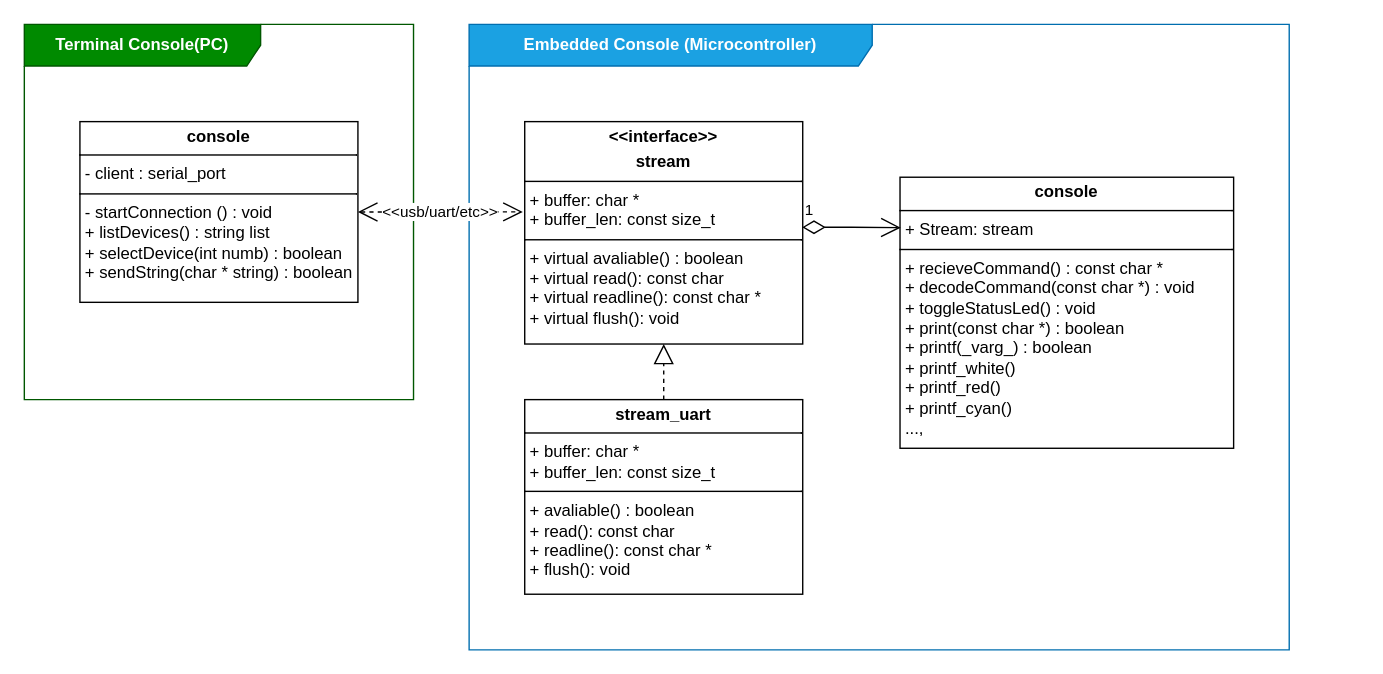
The draw.io diagram doc/pic/overview_uml.drawio in Flynsky/Embedded_Console, before the edit. Source tidied: cells renumbered, new cells numbered last; positions are measured from the earlier drawing's top-left corner, leaving out a move shared by most shapes. Both pictures are drawn from the tidied source at 139%, with x=0, y=0 at pixel (24, 24).
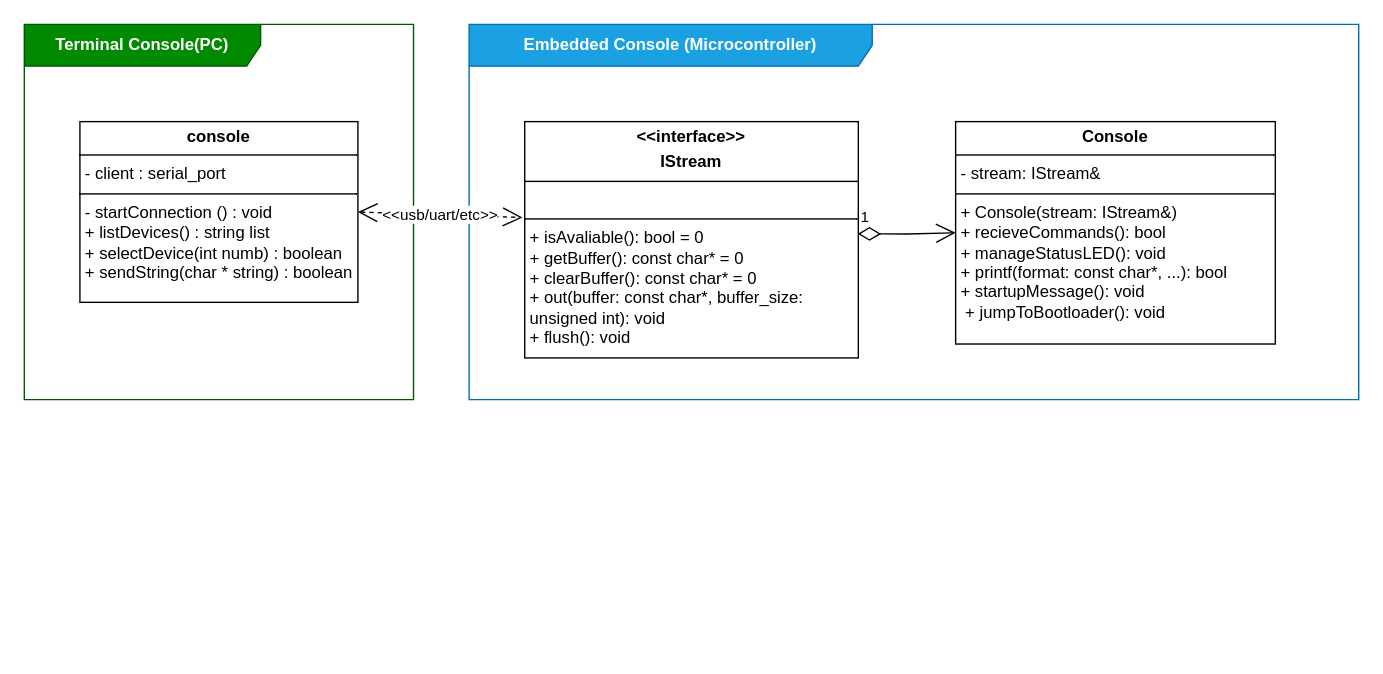
The same diagram, later.

What changed in the source:
```diff
@@
 <mxGraphModel>
   <root>
     <mxCell id="0" />
     <mxCell id="1" parent="0" />
     <mxCell id="2" value="&lt;span style=&quot;font-weight: 700;&quot;&gt;Embedded Console (Microcontroller)&lt;/span&gt;" style="shape=umlFrame;whiteSpace=wrap;html=1;width=290;height=30;fillColor=#1ba1e2;fontColor=#ffffff;strokeColor=#006EAF;" parent="1" vertex="1">
-      <mxGeometry x="320" width="590" height="450" as="geometry" />
+      <mxGeometry x="320" width="640" height="270" as="geometry" />
     </mxCell>
-    <mxCell id="3" value="&lt;p style=&quot;margin:0px;margin-top:4px;text-align:center;&quot;&gt;&lt;b&gt;console&lt;/b&gt;&lt;/p&gt;&lt;hr size=&quot;1&quot; style=&quot;border-style:solid;&quot;&gt;&lt;p style=&quot;margin:0px;margin-left:4px;&quot;&gt;+ Stream: stream&lt;br&gt;&lt;/p&gt;&lt;hr size=&quot;1&quot; style=&quot;border-style:solid;&quot;&gt;&lt;p style=&quot;margin:0px;margin-left:4px;&quot;&gt;&lt;span style=&quot;background-color: transparent; color: light-dark(rgb(0, 0, 0), rgb(255, 255, 255));&quot;&gt;+ recieveCommand() : const char *&lt;/span&gt;&lt;/p&gt;&lt;p style=&quot;margin:0px;margin-left:4px;&quot;&gt;+ decodeCommand(const char *) : void&lt;/p&gt;&lt;p style=&quot;margin:0px;margin-left:4px;&quot;&gt;+ toggleStatusLed() : void&lt;/p&gt;&lt;p style=&quot;margin: 0px 0px 0px 4px;&quot;&gt;+ print(const char *) : boolean&lt;/p&gt;&lt;p style=&quot;margin: 0px 0px 0px 4px;&quot;&gt;+ printf(_varg_) : boolean&lt;/p&gt;&lt;p style=&quot;margin: 0px 0px 0px 4px;&quot;&gt;+ printf_white()&lt;/p&gt;&lt;p style=&quot;margin: 0px 0px 0px 4px;&quot;&gt;+ printf_red()&lt;/p&gt;&lt;p style=&quot;margin: 0px 0px 0px 4px;&quot;&gt;+ printf_cyan(&lt;span style=&quot;background-color: transparent; color: light-dark(rgb(0, 0, 0), rgb(255, 255, 255));&quot;&gt;)&lt;/span&gt;&lt;/p&gt;&lt;p style=&quot;margin: 0px 0px 0px 4px;&quot;&gt;&lt;span style=&quot;background-color: transparent; color: light-dark(rgb(0, 0, 0), rgb(255, 255, 255));&quot;&gt;...,&lt;/span&gt;&lt;/p&gt;" style="verticalAlign=top;align=left;overflow=fill;html=1;whiteSpace=wrap;" parent="1" vertex="1">
-      <mxGeometry x="630" y="110" width="240" height="195" as="geometry" />
+    <mxCell id="3" value="&lt;p style=&quot;margin:0px;margin-top:4px;text-align:center;&quot;&gt;&lt;b&gt;Console&lt;/b&gt;&lt;/p&gt;&lt;hr size=&quot;1&quot; style=&quot;border-style:solid;&quot;&gt;&lt;p style=&quot;margin:0px;margin-left:4px;&quot;&gt;- stream: IStream&amp;amp;&lt;br&gt;&lt;/p&gt;&lt;hr size=&quot;1&quot; style=&quot;border-style:solid;&quot;&gt;&lt;p style=&quot;margin:0px;margin-left:4px;&quot;&gt;+ Console(stream: IStream&amp;amp;)&amp;nbsp;&lt;/p&gt;&lt;p style=&quot;margin:0px;margin-left:4px;&quot;&gt;+ recieveCommands(): bool&amp;nbsp;&amp;nbsp;&lt;/p&gt;&lt;p style=&quot;margin:0px;margin-left:4px;&quot;&gt;+ manageStatusLED(): void&amp;nbsp;&amp;nbsp;&lt;/p&gt;&lt;p style=&quot;margin:0px;margin-left:4px;&quot;&gt;+ printf(format: const char*, ...): bool&amp;nbsp;&lt;/p&gt;&lt;p style=&quot;margin:0px;margin-left:4px;&quot;&gt;+ startupMessage(): void&amp;nbsp; &amp;nbsp;&lt;/p&gt;&lt;p style=&quot;margin:0px;margin-left:4px;&quot;&gt;&amp;nbsp;+ jumpToBootloader(): void&amp;nbsp;&lt;/p&gt;&lt;div&gt;&lt;br&gt;&lt;/div&gt;" style="verticalAlign=top;align=left;overflow=fill;html=1;whiteSpace=wrap;" parent="1" vertex="1">
+      <mxGeometry x="670" y="70" width="230" height="160" as="geometry" />
     </mxCell>
-    <mxCell id="4" value="&lt;p style=&quot;margin:0px;margin-top:4px;text-align:center;&quot;&gt;&lt;b&gt;&amp;lt;&amp;lt;interface&amp;gt;&amp;gt;&lt;/b&gt;&lt;/p&gt;&lt;p style=&quot;margin:0px;margin-top:4px;text-align:center;&quot;&gt;&lt;b&gt;stream&lt;/b&gt;&lt;/p&gt;&lt;hr size=&quot;1&quot; style=&quot;border-style:solid;&quot;&gt;&lt;p style=&quot;margin:0px;margin-left:4px;&quot;&gt;+ buffer: char *&lt;br&gt;+ buffer_len: const size_t&lt;/p&gt;&lt;hr size=&quot;1&quot; style=&quot;border-style:solid;&quot;&gt;&lt;p style=&quot;margin:0px;margin-left:4px;&quot;&gt;+ virtual avaliable() : boolean&lt;/p&gt;&lt;p style=&quot;margin:0px;margin-left:4px;&quot;&gt;+ virtual read(): const char&lt;/p&gt;&lt;p style=&quot;margin:0px;margin-left:4px;&quot;&gt;+ virtual readline(): const char *&lt;/p&gt;&lt;p style=&quot;margin:0px;margin-left:4px;&quot;&gt;+ virtual flush(): void&lt;/p&gt;&lt;p style=&quot;margin:0px;margin-left:4px;&quot;&gt;&lt;br&gt;&lt;/p&gt;" style="verticalAlign=top;align=left;overflow=fill;html=1;whiteSpace=wrap;" parent="1" vertex="1">
-      <mxGeometry x="360" y="70" width="200" height="160" as="geometry" />
+    <mxCell id="4" value="&lt;p style=&quot;margin:0px;margin-top:4px;text-align:center;&quot;&gt;&lt;b&gt;&amp;lt;&amp;lt;interface&amp;gt;&amp;gt;&lt;/b&gt;&lt;/p&gt;&lt;p style=&quot;margin:0px;margin-top:4px;text-align:center;&quot;&gt;&lt;b&gt;IStream&lt;/b&gt;&lt;/p&gt;&lt;hr size=&quot;1&quot; style=&quot;border-style:solid;&quot;&gt;&lt;p style=&quot;margin:0px;margin-left:4px;&quot;&gt;&lt;br&gt;&lt;/p&gt;&lt;hr size=&quot;1&quot; style=&quot;border-style:solid;&quot;&gt;&lt;p style=&quot;margin:0px;margin-left:4px;&quot;&gt;+ isAvaliable(): bool = 0&amp;nbsp;&amp;nbsp;&lt;/p&gt;&lt;p style=&quot;margin:0px;margin-left:4px;&quot;&gt;+ getBuffer(): const char* = 0&amp;nbsp;&amp;nbsp;&lt;/p&gt;&lt;p style=&quot;margin:0px;margin-left:4px;&quot;&gt;+ clearBuffer(): const char* = 0&amp;nbsp;&amp;nbsp;&lt;/p&gt;&lt;p style=&quot;margin:0px;margin-left:4px;&quot;&gt;+ out(buffer: const char*, buffer_size: unsigned int): void&amp;nbsp;&amp;nbsp;&lt;/p&gt;&lt;p style=&quot;margin:0px;margin-left:4px;&quot;&gt;+ flush(): void&amp;nbsp;&amp;nbsp;&lt;/p&gt;&lt;div&gt;&lt;br&gt;&lt;/div&gt;&lt;p style=&quot;margin:0px;margin-left:4px;&quot;&gt;&lt;br&gt;&lt;/p&gt;" style="verticalAlign=top;align=left;overflow=fill;html=1;whiteSpace=wrap;" parent="1" vertex="1">
+      <mxGeometry x="360" y="70" width="240" height="170" as="geometry" />
     </mxCell>
     <mxCell id="5" value="&lt;span style=&quot;font-weight: 700;&quot;&gt;Terminal Console(PC)&lt;/span&gt;" style="shape=umlFrame;whiteSpace=wrap;html=1;width=170;height=30;fillColor=#008a00;fontColor=#ffffff;strokeColor=#005700;" parent="1" vertex="1">
       <mxGeometry width="280" height="270" as="geometry" />
     </mxCell>
     <mxCell id="6" value="&lt;p style=&quot;margin:0px;margin-top:4px;text-align:center;&quot;&gt;&lt;b&gt;console&lt;/b&gt;&lt;/p&gt;&lt;hr size=&quot;1&quot; style=&quot;border-style:solid;&quot;&gt;&lt;p style=&quot;margin:0px;margin-left:4px;&quot;&gt;- client : serial_port&lt;br&gt;&lt;/p&gt;&lt;hr size=&quot;1&quot; style=&quot;border-style:solid;&quot;&gt;&lt;p style=&quot;margin:0px;margin-left:4px;&quot;&gt;- startConnection () : void&lt;/p&gt;&lt;p style=&quot;margin:0px;margin-left:4px;&quot;&gt;&lt;span style=&quot;background-color: transparent; color: light-dark(rgb(0, 0, 0), rgb(255, 255, 255));&quot;&gt;+ listDevices() : string list&lt;/span&gt;&lt;/p&gt;&lt;p style=&quot;margin:0px;margin-left:4px;&quot;&gt;+ selectDevice(int numb) : boolean&lt;/p&gt;&lt;p style=&quot;margin:0px;margin-left:4px;&quot;&gt;+ sendString(char * string) : boolean&lt;/p&gt;&lt;p style=&quot;margin:0px;margin-left:4px;&quot;&gt;&lt;br&gt;&lt;/p&gt;" style="verticalAlign=top;align=left;overflow=fill;html=1;whiteSpace=wrap;" parent="1" vertex="1">
       <mxGeometry x="40" y="70" width="200" height="130" as="geometry" />
     </mxCell>
-    <mxCell id="7" value="&lt;p style=&quot;margin:0px;margin-top:4px;text-align:center;&quot;&gt;&lt;b&gt;stream_uart&lt;/b&gt;&lt;/p&gt;&lt;hr size=&quot;1&quot; style=&quot;border-style:solid;&quot;&gt;&lt;p style=&quot;margin:0px;margin-left:4px;&quot;&gt;+ buffer: char *&lt;br&gt;+ buffer_len: const size_t&lt;/p&gt;&lt;hr size=&quot;1&quot; style=&quot;border-style:solid;&quot;&gt;&lt;p style=&quot;margin:0px;margin-left:4px;&quot;&gt;+ avaliable() : boolean&lt;/p&gt;&lt;p style=&quot;margin:0px;margin-left:4px;&quot;&gt;+ read(): const char&lt;/p&gt;&lt;p style=&quot;margin:0px;margin-left:4px;&quot;&gt;+ readline(): const char *&lt;/p&gt;&lt;p style=&quot;margin:0px;margin-left:4px;&quot;&gt;+ flush(): void&lt;/p&gt;&lt;p style=&quot;margin:0px;margin-left:4px;&quot;&gt;&lt;br&gt;&lt;/p&gt;" style="verticalAlign=top;align=left;overflow=fill;html=1;whiteSpace=wrap;" parent="1" vertex="1">
-      <mxGeometry x="360" y="270" width="200" height="140" as="geometry" />
-    </mxCell>
-    <mxCell id="8" style="endArrow=block;dashed=1;endFill=0;endSize=12;html=1;rounded=0;entryX=0.5;entryY=1;entryDx=0;entryDy=0;exitX=0.5;exitY=0;exitDx=0;exitDy=0;" parent="1" edge="1" source="7" target="4">
-      <mxGeometry relative="1" as="geometry" />
-    </mxCell>
     <mxCell id="9" value="&amp;lt;&amp;lt;usb/uart/etc&amp;gt;&amp;gt;" style="endArrow=open;endSize=12;dashed=1;html=1;rounded=0;exitX=1;exitY=0.5;exitDx=0;exitDy=0;entryX=-0.007;entryY=0.406;entryDx=0;entryDy=0;entryPerimeter=0;startArrow=open;startFill=0;startSize=12;" parent="1" edge="1" source="6" target="4">
       <mxGeometry relative="1" as="geometry" />
     </mxCell>
-    <mxCell id="10" value="1" style="endArrow=open;html=1;endSize=12;startArrow=diamondThin;startSize=14;startFill=0;edgeStyle=orthogonalEdgeStyle;align=left;verticalAlign=bottom;rounded=0;exitX=0.998;exitY=0.475;exitDx=0;exitDy=0;entryX=0.002;entryY=0.186;entryDx=0;entryDy=0;entryPerimeter=0;exitPerimeter=0;" parent="1" edge="1" source="4" target="3">
+    <mxCell id="10" value="1" style="endArrow=open;html=1;endSize=12;startArrow=diamondThin;startSize=14;startFill=0;edgeStyle=orthogonalEdgeStyle;align=left;verticalAlign=bottom;rounded=0;exitX=0.998;exitY=0.475;exitDx=0;exitDy=0;entryX=0;entryY=0.5;entryDx=0;entryDy=0;exitPerimeter=0;" parent="1" edge="1" source="4" target="3">
       <mxGeometry x="-1" y="3" relative="1" as="geometry" />
     </mxCell>
   </root>
 </mxGraphModel>
```
